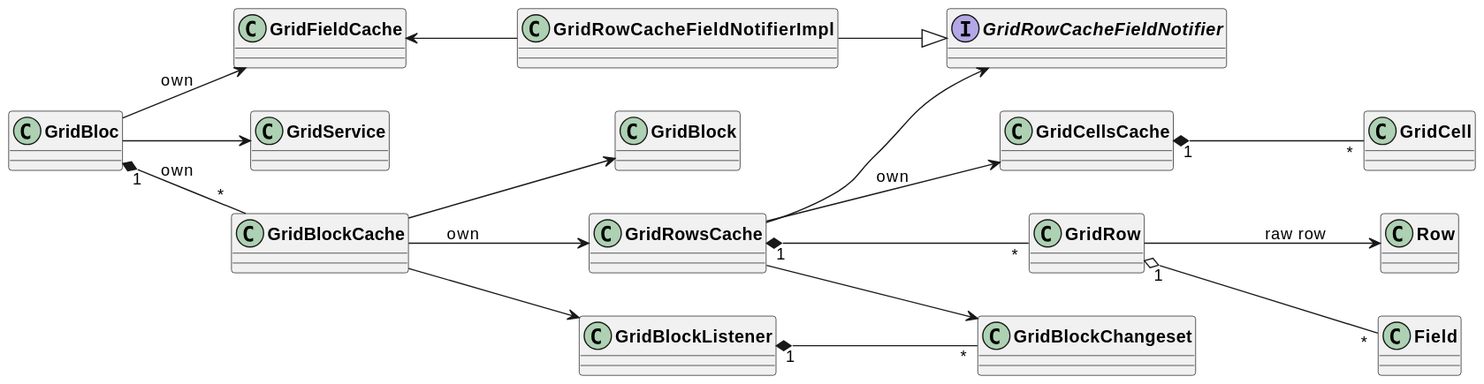
Before: uml/output/block_row_cell_relation.svg, a diagram exported from PlantUML (AppFlowy-IO/AppFlowy-Docs). The source it was exported from:
```plantuml
@startuml block/row/cell relation
skinparam classFontStyle Bold
skinparam ActivityBackgroundColor Silver
skinparam ActivityBorderColor DimGray
left to right direction

interface GridRowCacheFieldNotifier

GridBloc --> GridService
GridBloc --> GridFieldCache: own
GridBloc "1" *-- "*" GridBlockCache: own

GridBlockCache --> GridBlock

GridBlockCache --> GridRowsCache : own
GridRowsCache --> GridBlockChangeset
GridRowsCache --> GridCellsCache: own
GridRowsCache --> GridRowCacheFieldNotifier
GridRowsCache "1" *-- "*" GridRow
GridRow --> Row : raw row
GridRow "1" o-- "*" Field


GridCellsCache "1" *-- "*" GridCell

GridBlockCache --> GridBlockListener
GridBlockListener "1" *-- "*" GridBlockChangeset

GridRowCacheFieldNotifierImpl -u-> GridFieldCache
GridRowCacheFieldNotifierImpl --|> GridRowCacheFieldNotifier

@enduml
```
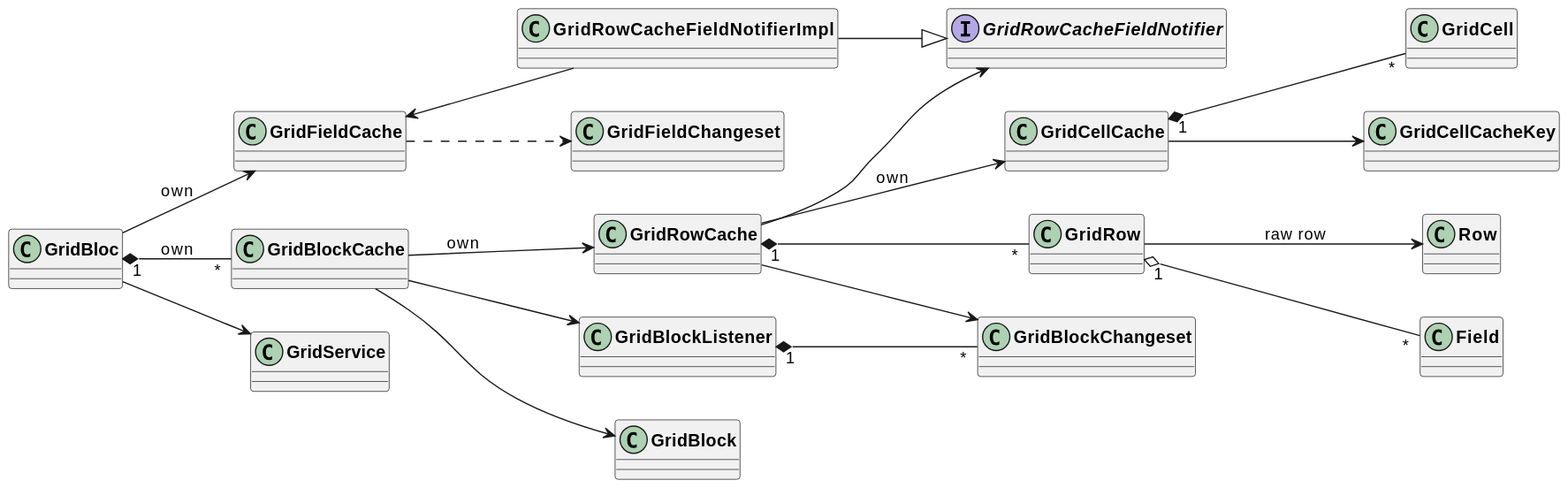
After the commit.

The edit, as a diff of the source:
```diff
@@ -12,16 +12,20 @@
 
 GridBlockCache --> GridBlock
 
-GridBlockCache --> GridRowsCache : own
-GridRowsCache --> GridBlockChangeset
-GridRowsCache --> GridCellsCache: own
-GridRowsCache --> GridRowCacheFieldNotifier
-GridRowsCache "1" *-- "*" GridRow
+GridFieldCache ..> GridFieldChangeset
+
+
+GridBlockCache --> GridRowCache : own
+GridRowCache --> GridBlockChangeset
+GridRowCache --> GridCellCache: own
+GridRowCache --> GridRowCacheFieldNotifier
+GridRowCache "1" *-- "*" GridRow
 GridRow --> Row : raw row
 GridRow "1" o-- "*" Field
 
 
-GridCellsCache "1" *-- "*" GridCell
+GridCellCache "1" *-- "*" GridCell
+GridCellCache --> GridCellCacheKey
 
 GridBlockCache --> GridBlockListener
 GridBlockListener "1" *-- "*" GridBlockChangeset
```
